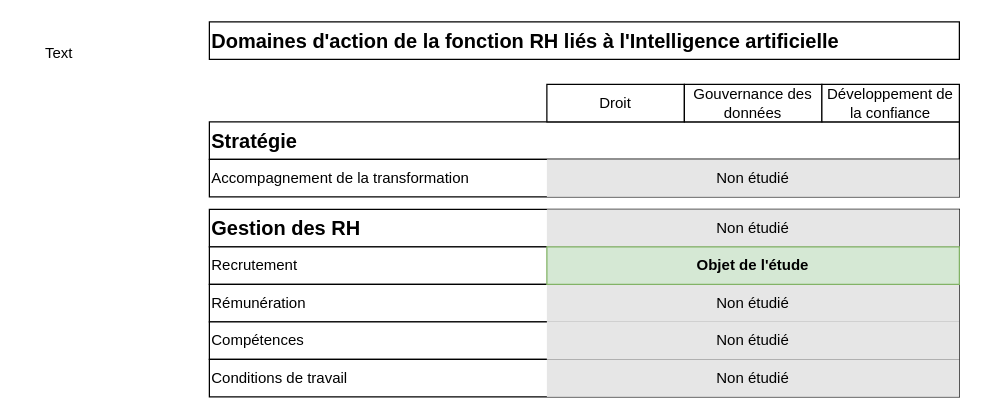
Before: page "Relation DRH et IA" (2 of 2) of Schémas recrutement et IA.drawio in Fabrice-64/Drawings, a draw.io diagram. Source tidied: cells renumbered, new cells numbered last; positions are measured from the earlier drawing's top-left corner, leaving out a move shared by most shapes. Both pictures are drawn from the tidied source at 125%, with x=0, y=0 at pixel (21, 21).
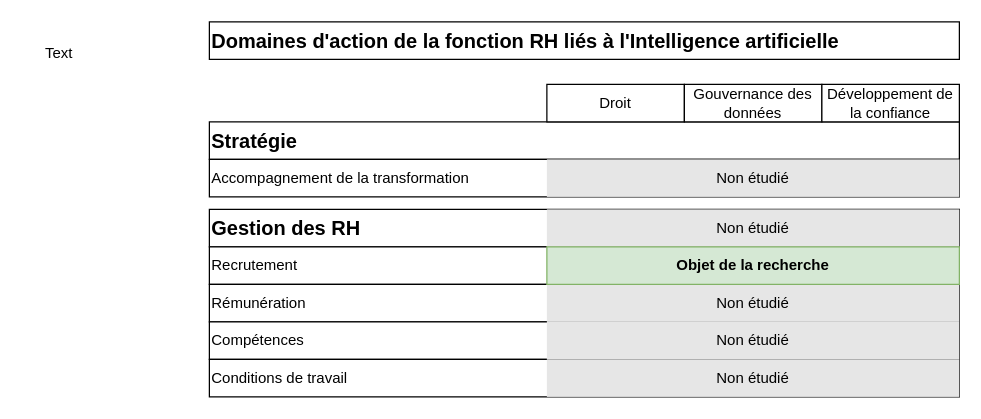
After the change.

Commit message:
Mise à jour relation DRH et IA

What changed in the source:
```diff
@@
 <mxGraphModel>
   <root>
     <mxCell id="0" />
     <mxCell id="1" parent="0" />
     <mxCell id="2" value="Gestion des RH" style="rounded=0;whiteSpace=wrap;html=1;fontSize=16;fontStyle=1;align=left;" parent="1" vertex="1">
       <mxGeometry x="150" y="150" width="600" height="30" as="geometry" />
     </mxCell>
     <mxCell id="3" value="Recrutement" style="rounded=0;whiteSpace=wrap;html=1;align=left;" parent="1" vertex="1">
       <mxGeometry x="150" y="180" width="600" height="30" as="geometry" />
     </mxCell>
     <mxCell id="4" value="Rémunération" style="rounded=0;whiteSpace=wrap;html=1;align=left;" parent="1" vertex="1">
       <mxGeometry x="150" y="210" width="600" height="30" as="geometry" />
     </mxCell>
     <mxCell id="5" value="Compétences" style="rounded=0;whiteSpace=wrap;html=1;align=left;" parent="1" vertex="1">
       <mxGeometry x="150" y="240" width="600" height="30" as="geometry" />
     </mxCell>
     <mxCell id="6" value="Conditions de travail" style="rounded=0;whiteSpace=wrap;html=1;align=left;" parent="1" vertex="1">
       <mxGeometry x="150" y="270" width="600" height="30" as="geometry" />
     </mxCell>
     <mxCell id="7" value="Stratégie" style="rounded=0;whiteSpace=wrap;html=1;fontSize=16;fontStyle=1;align=left;" parent="1" vertex="1">
       <mxGeometry x="150" y="80" width="600" height="30" as="geometry" />
     </mxCell>
     <mxCell id="8" value="Accompagnement de la transformation" style="rounded=0;whiteSpace=wrap;html=1;align=left;" parent="1" vertex="1">
       <mxGeometry x="150" y="110" width="600" height="30" as="geometry" />
     </mxCell>
     <mxCell id="9" value="Domaines d'action de la fonction RH liés à l'Intelligence artificielle" style="rounded=0;whiteSpace=wrap;html=1;fontSize=16;fontStyle=1;align=left;" parent="1" vertex="1">
       <mxGeometry x="150" width="600" height="30" as="geometry" />
     </mxCell>
     <mxCell id="10" value="Droit" style="rounded=0;whiteSpace=wrap;html=1;align=center;" parent="1" vertex="1">
       <mxGeometry x="420" y="50" width="110" height="30" as="geometry" />
     </mxCell>
     <mxCell id="11" value="Gouvernance des données" style="rounded=0;whiteSpace=wrap;html=1;align=center;" parent="1" vertex="1">
       <mxGeometry x="530" y="50" width="110" height="30" as="geometry" />
     </mxCell>
     <mxCell id="12" value="Développement de la confiance" style="rounded=0;whiteSpace=wrap;html=1;align=center;" parent="1" vertex="1">
       <mxGeometry x="640" y="50" width="110" height="30" as="geometry" />
     </mxCell>
     <mxCell id="13" value="Text" style="text;html=1;align=center;verticalAlign=middle;whiteSpace=wrap;rounded=0;" parent="1" vertex="1">
       <mxGeometry y="10" width="60" height="30" as="geometry" />
     </mxCell>
     <mxCell id="14" value="Non étudié" style="text;html=1;align=center;verticalAlign=middle;whiteSpace=wrap;rounded=0;strokeColor=none;fillColor=#E6E6E6;" parent="1" vertex="1">
       <mxGeometry x="420" y="110" width="330" height="30" as="geometry" />
     </mxCell>
     <mxCell id="15" value="Non étudié" style="text;html=1;align=center;verticalAlign=middle;whiteSpace=wrap;rounded=0;strokeColor=none;fillColor=#E6E6E6;" parent="1" vertex="1">
       <mxGeometry x="420" y="150" width="330" height="30" as="geometry" />
     </mxCell>
     <mxCell id="16" value="Non étudié" style="text;html=1;align=center;verticalAlign=middle;whiteSpace=wrap;rounded=0;strokeColor=none;fillColor=#E6E6E6;" parent="1" vertex="1">
       <mxGeometry x="420" y="210" width="330" height="30" as="geometry" />
     </mxCell>
     <mxCell id="17" value="Non étudié" style="text;html=1;align=center;verticalAlign=middle;whiteSpace=wrap;rounded=0;strokeColor=none;fillColor=#E6E6E6;" parent="1" vertex="1">
       <mxGeometry x="420" y="240" width="330" height="30" as="geometry" />
     </mxCell>
     <mxCell id="18" value="Non étudié" style="text;html=1;align=center;verticalAlign=middle;whiteSpace=wrap;rounded=0;strokeColor=none;fillColor=#E6E6E6;" parent="1" vertex="1">
       <mxGeometry x="420" y="270" width="330" height="30" as="geometry" />
     </mxCell>
-    <mxCell id="19" value="Objet de l'étude" style="text;html=1;align=center;verticalAlign=middle;whiteSpace=wrap;rounded=0;strokeColor=#82b366;fillColor=#d5e8d4;fontStyle=1;" parent="1" vertex="1">
+    <mxCell id="19" value="Objet de la recherche" style="text;html=1;align=center;verticalAlign=middle;whiteSpace=wrap;rounded=0;strokeColor=#82b366;fillColor=#d5e8d4;fontStyle=1;" parent="1" vertex="1">
       <mxGeometry x="420" y="180" width="330" height="30" as="geometry" />
     </mxCell>
   </root>
 </mxGraphModel>
```
